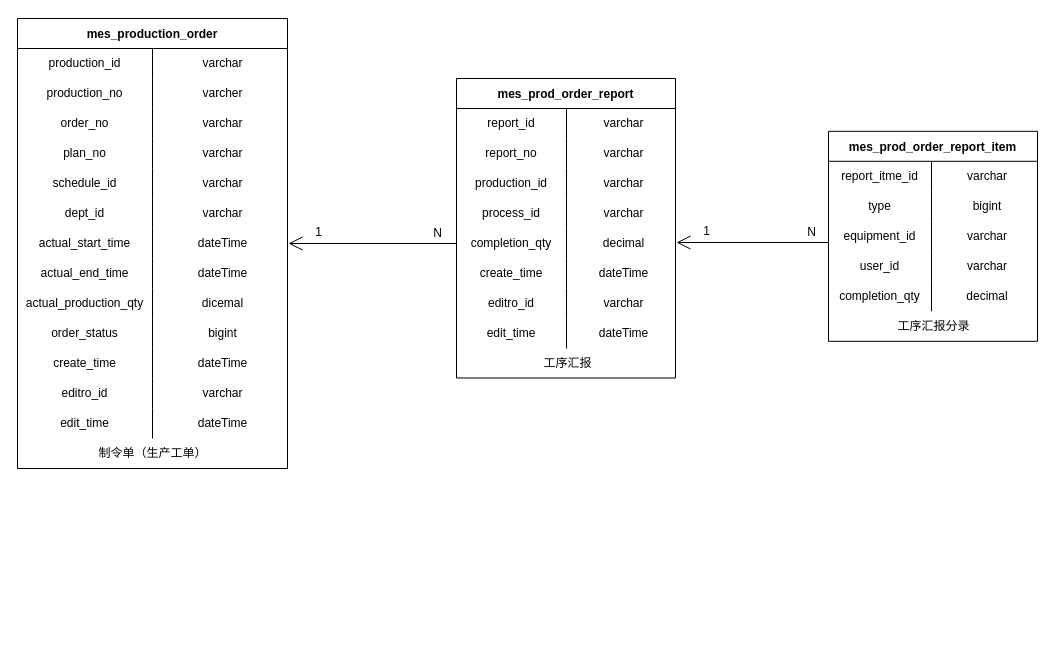
Earlier version of the draw.io diagram page "制令单管理" (1 of 6) of 数据表.drawio (KNAI-I/test). Source tidied: cells renumbered, new cells numbered last; positions are measured from the earlier drawing's top-left corner, leaving out a move shared by most shapes. Both pictures are drawn from the tidied source at 100%, with x=0, y=0 at pixel (17, 18).
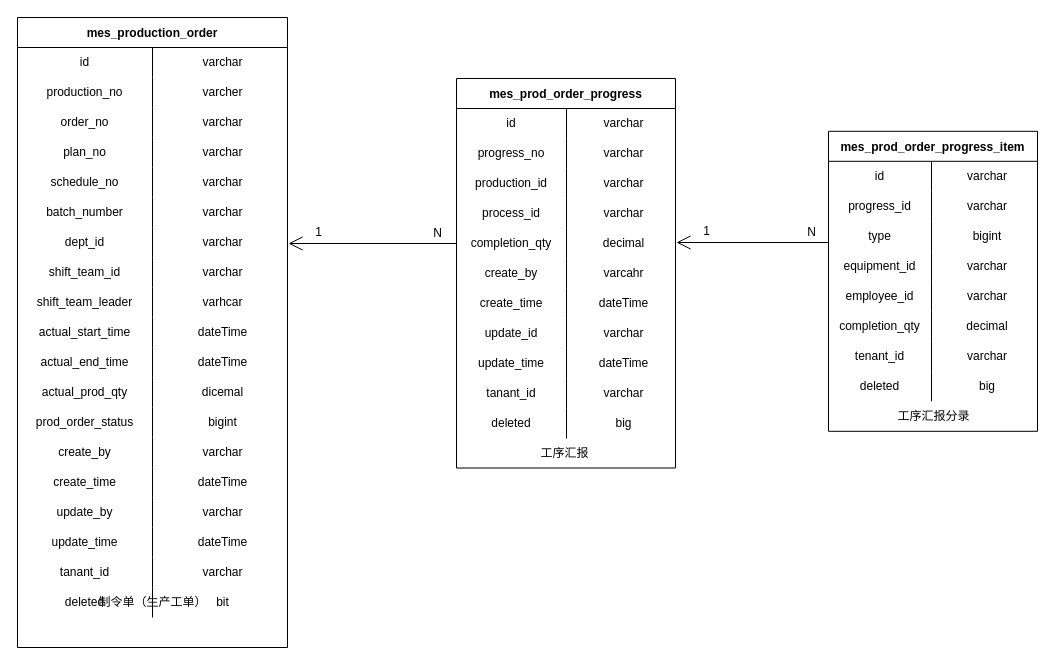
Above is the later version.

The change refers to these unchanged cells:
```xml
<mxCell id="3" style="shape=tableRow;horizontal=0;startSize=0;swimlaneHead=0;swimlaneBody=0;top=0;left=0;bottom=0;right=0;fillColor=none;" parent="2" vertex="1">
  <mxGeometry y="30" width="270" height="30" as="geometry" />
</mxCell>
<mxCell id="15" style="shape=tableRow;horizontal=0;startSize=0;swimlaneHead=0;swimlaneBody=0;top=0;left=0;bottom=0;right=0;fillColor=none;" parent="2" vertex="1">
  <mxGeometry y="150" width="270" height="30" as="geometry" />
</mxCell>
<mxCell id="43" style="shape=tableRow;horizontal=0;startSize=0;swimlaneHead=0;swimlaneBody=0;top=0;left=0;bottom=0;right=0;fillColor=none;" parent="42" vertex="1">
  <mxGeometry y="30" width="219" height="30" as="geometry" />
</mxCell>
<mxCell id="46" style="shape=tableRow;horizontal=0;startSize=0;swimlaneHead=0;swimlaneBody=0;top=0;left=0;bottom=0;right=0;fillColor=none;" parent="42" vertex="1">
  <mxGeometry y="60" width="219" height="30" as="geometry" />
</mxCell>
<mxCell id="70" style="shape=tableRow;horizontal=0;startSize=0;swimlaneHead=0;swimlaneBody=0;top=0;left=0;bottom=0;right=0;fillColor=none;" parent="69" vertex="1">
  <mxGeometry y="30" width="209" height="30" as="geometry" />
</mxCell>
```

Change to the diagram source:
```diff
@@
     <mxCell id="2" value="mes_production_order" style="shape=table;startSize=30;childLayout=tableLayout;rowLines=0;fontStyle=1;" parent="1" vertex="1">
-      <mxGeometry width="270" height="450" as="geometry" />
+      <mxGeometry y="-1" width="270" height="630" as="geometry" />
     </mxCell>
@@
-    <mxCell id="4" value="production_id" style="shape=partialRectangle;html=1;whiteSpace=wrap;fillColor=none;top=0;left=0;bottom=0;right=0;overflow=hidden;" parent="3" vertex="1">
+    <mxCell id="4" value="id" style="shape=partialRectangle;html=1;whiteSpace=wrap;fillColor=none;top=0;left=0;bottom=0;right=0;overflow=hidden;" parent="3" vertex="1">
       <mxGeometry width="135" height="30" as="geometry" />
     </mxCell>
@@
-    <mxCell id="16" value="schedule_id" style="shape=partialRectangle;html=1;whiteSpace=wrap;fillColor=none;top=0;left=0;bottom=0;right=0;overflow=hidden;" parent="15" vertex="1">
+    <mxCell id="16" value="schedule_no" style="shape=partialRectangle;html=1;whiteSpace=wrap;fillColor=none;top=0;left=0;bottom=0;right=0;overflow=hidden;" parent="15" vertex="1">
       <mxGeometry width="135" height="30" as="geometry" />
     </mxCell>
@@
+    <mxCell id="92" style="shape=tableRow;horizontal=0;startSize=0;swimlaneHead=0;swimlaneBody=0;top=0;left=0;bottom=0;right=0;fillColor=none;" parent="2" vertex="1">
+      <mxGeometry y="180" width="270" height="30" as="geometry" />
+    </mxCell>
+    <mxCell id="93" value="batch_number" style="shape=partialRectangle;html=1;whiteSpace=wrap;fillColor=none;top=0;left=0;bottom=0;right=0;overflow=hidden;" parent="92" vertex="1">
+      <mxGeometry width="135" height="30" as="geometry" />
+    </mxCell>
+    <mxCell id="94" value="varchar" style="shape=partialRectangle;html=1;whiteSpace=wrap;fillColor=none;top=0;left=0;bottom=0;right=0;align=center;spacingLeft=6;overflow=hidden;" parent="92" vertex="1">
+      <mxGeometry x="135" width="135" height="30" as="geometry" />
+    </mxCell>
     <mxCell id="18" style="shape=tableRow;horizontal=0;startSize=0;swimlaneHead=0;swimlaneBody=0;top=0;left=0;bottom=0;right=0;fillColor=none;" parent="2" vertex="1">
-      <mxGeometry y="180" width="270" height="30" as="geometry" />
+      <mxGeometry y="210" width="270" height="30" as="geometry" />
     </mxCell>
@@
+    <mxCell id="95" style="shape=tableRow;horizontal=0;startSize=0;swimlaneHead=0;swimlaneBody=0;top=0;left=0;bottom=0;right=0;fillColor=none;" parent="2" vertex="1">
+      <mxGeometry y="240" width="270" height="30" as="geometry" />
+    </mxCell>
+    <mxCell id="96" value="shift_team_id" style="shape=partialRectangle;html=1;whiteSpace=wrap;fillColor=none;top=0;left=0;bottom=0;right=0;overflow=hidden;" parent="95" vertex="1">
+      <mxGeometry width="135" height="30" as="geometry" />
+    </mxCell>
+    <mxCell id="97" value="varchar" style="shape=partialRectangle;html=1;whiteSpace=wrap;fillColor=none;top=0;left=0;bottom=0;right=0;align=center;spacingLeft=6;overflow=hidden;" parent="95" vertex="1">
+      <mxGeometry x="135" width="135" height="30" as="geometry" />
+    </mxCell>
+    <mxCell id="98" style="shape=tableRow;horizontal=0;startSize=0;swimlaneHead=0;swimlaneBody=0;top=0;left=0;bottom=0;right=0;fillColor=none;" parent="2" vertex="1">
+      <mxGeometry y="270" width="270" height="30" as="geometry" />
+    </mxCell>
+    <mxCell id="99" value="shift_team_leader" style="shape=partialRectangle;html=1;whiteSpace=wrap;fillColor=none;top=0;left=0;bottom=0;right=0;overflow=hidden;" parent="98" vertex="1">
+      <mxGeometry width="135" height="30" as="geometry" />
+    </mxCell>
+    <mxCell id="100" value="varhcar" style="shape=partialRectangle;html=1;whiteSpace=wrap;fillColor=none;top=0;left=0;bottom=0;right=0;align=center;spacingLeft=6;overflow=hidden;" parent="98" vertex="1">
+      <mxGeometry x="135" width="135" height="30" as="geometry" />
+    </mxCell>
     <mxCell id="21" style="shape=tableRow;horizontal=0;startSize=0;swimlaneHead=0;swimlaneBody=0;top=0;left=0;bottom=0;right=0;fillColor=none;" parent="2" vertex="1">
-      <mxGeometry y="210" width="270" height="30" as="geometry" />
+      <mxGeometry y="300" width="270" height="30" as="geometry" />
     </mxCell>
@@
     <mxCell id="24" style="shape=tableRow;horizontal=0;startSize=0;swimlaneHead=0;swimlaneBody=0;top=0;left=0;bottom=0;right=0;fillColor=none;" parent="2" vertex="1">
-      <mxGeometry y="240" width="270" height="30" as="geometry" />
+      <mxGeometry y="330" width="270" height="30" as="geometry" />
     </mxCell>
@@
     <mxCell id="27" style="shape=tableRow;horizontal=0;startSize=0;swimlaneHead=0;swimlaneBody=0;top=0;left=0;bottom=0;right=0;fillColor=none;" parent="2" vertex="1">
-      <mxGeometry y="270" width="270" height="30" as="geometry" />
+      <mxGeometry y="360" width="270" height="30" as="geometry" />
     </mxCell>
-    <mxCell id="28" value="actual_production_qty" style="shape=partialRectangle;html=1;whiteSpace=wrap;fillColor=none;top=0;left=0;bottom=0;right=0;overflow=hidden;" parent="27" vertex="1">
+    <mxCell id="28" value="actual_prod_qty" style="shape=partialRectangle;html=1;whiteSpace=wrap;fillColor=none;top=0;left=0;bottom=0;right=0;overflow=hidden;" parent="27" vertex="1">
       <mxGeometry width="135" height="30" as="geometry" />
     </mxCell>
@@
     <mxCell id="30" style="shape=tableRow;horizontal=0;startSize=0;swimlaneHead=0;swimlaneBody=0;top=0;left=0;bottom=0;right=0;fillColor=none;" parent="2" vertex="1">
-      <mxGeometry y="300" width="270" height="30" as="geometry" />
+      <mxGeometry y="390" width="270" height="30" as="geometry" />
     </mxCell>
-    <mxCell id="31" value="order_status" style="shape=partialRectangle;html=1;whiteSpace=wrap;fillColor=none;top=0;left=0;bottom=0;right=0;overflow=hidden;" parent="30" vertex="1">
+    <mxCell id="31" value="prod_order_status" style="shape=partialRectangle;html=1;whiteSpace=wrap;fillColor=none;top=0;left=0;bottom=0;right=0;overflow=hidden;" parent="30" vertex="1">
       <mxGeometry width="135" height="30" as="geometry" />
     </mxCell>
@@
+    <mxCell id="101" style="shape=tableRow;horizontal=0;startSize=0;swimlaneHead=0;swimlaneBody=0;top=0;left=0;bottom=0;right=0;fillColor=none;" parent="2" vertex="1">
+      <mxGeometry y="420" width="270" height="30" as="geometry" />
+    </mxCell>
+    <mxCell id="102" value="create_by" style="shape=partialRectangle;html=1;whiteSpace=wrap;fillColor=none;top=0;left=0;bottom=0;right=0;overflow=hidden;" parent="101" vertex="1">
+      <mxGeometry width="135" height="30" as="geometry" />
+    </mxCell>
+    <mxCell id="103" value="varchar" style="shape=partialRectangle;html=1;whiteSpace=wrap;fillColor=none;top=0;left=0;bottom=0;right=0;align=center;spacingLeft=6;overflow=hidden;" parent="101" vertex="1">
+      <mxGeometry x="135" width="135" height="30" as="geometry" />
+    </mxCell>
     <mxCell id="33" style="shape=tableRow;horizontal=0;startSize=0;swimlaneHead=0;swimlaneBody=0;top=0;left=0;bottom=0;right=0;fillColor=none;" parent="2" vertex="1">
-      <mxGeometry y="330" width="270" height="30" as="geometry" />
+      <mxGeometry y="450" width="270" height="30" as="geometry" />
     </mxCell>
@@
     <mxCell id="36" style="shape=tableRow;horizontal=0;startSize=0;swimlaneHead=0;swimlaneBody=0;top=0;left=0;bottom=0;right=0;fillColor=none;" parent="2" vertex="1">
-      <mxGeometry y="360" width="270" height="30" as="geometry" />
+      <mxGeometry y="480" width="270" height="30" as="geometry" />
     </mxCell>
-    <mxCell id="37" value="editro_id" style="shape=partialRectangle;html=1;whiteSpace=wrap;fillColor=none;top=0;left=0;bottom=0;right=0;overflow=hidden;" parent="36" vertex="1">
+    <mxCell id="37" value="update_by" style="shape=partialRectangle;html=1;whiteSpace=wrap;fillColor=none;top=0;left=0;bottom=0;right=0;overflow=hidden;" parent="36" vertex="1">
       <mxGeometry width="135" height="30" as="geometry" />
     </mxCell>
@@
     <mxCell id="39" style="shape=tableRow;horizontal=0;startSize=0;swimlaneHead=0;swimlaneBody=0;top=0;left=0;bottom=0;right=0;fillColor=none;" parent="2" vertex="1">
-      <mxGeometry y="390" width="270" height="30" as="geometry" />
+      <mxGeometry y="510" width="270" height="30" as="geometry" />
     </mxCell>
-    <mxCell id="40" value="edit_time" style="shape=partialRectangle;html=1;whiteSpace=wrap;fillColor=none;top=0;left=0;bottom=0;right=0;overflow=hidden;" parent="39" vertex="1">
+    <mxCell id="40" value="update_time" style="shape=partialRectangle;html=1;whiteSpace=wrap;fillColor=none;top=0;left=0;bottom=0;right=0;overflow=hidden;" parent="39" vertex="1">
       <mxGeometry width="135" height="30" as="geometry" />
     </mxCell>
@@
+    <mxCell id="104" style="shape=tableRow;horizontal=0;startSize=0;swimlaneHead=0;swimlaneBody=0;top=0;left=0;bottom=0;right=0;fillColor=none;" parent="2" vertex="1">
+      <mxGeometry y="540" width="270" height="30" as="geometry" />
+    </mxCell>
+    <mxCell id="105" value="tanant_id" style="shape=partialRectangle;html=1;whiteSpace=wrap;fillColor=none;top=0;left=0;bottom=0;right=0;overflow=hidden;" parent="104" vertex="1">
+      <mxGeometry width="135" height="30" as="geometry" />
+    </mxCell>
+    <mxCell id="106" value="varchar" style="shape=partialRectangle;html=1;whiteSpace=wrap;fillColor=none;top=0;left=0;bottom=0;right=0;align=center;spacingLeft=6;overflow=hidden;" parent="104" vertex="1">
+      <mxGeometry x="135" width="135" height="30" as="geometry" />
+    </mxCell>
+    <mxCell id="107" style="shape=tableRow;horizontal=0;startSize=0;swimlaneHead=0;swimlaneBody=0;top=0;left=0;bottom=0;right=0;fillColor=none;" parent="2" vertex="1">
+      <mxGeometry y="570" width="270" height="30" as="geometry" />
+    </mxCell>
+    <mxCell id="108" value="deleted" style="shape=partialRectangle;html=1;whiteSpace=wrap;fillColor=none;top=0;left=0;bottom=0;right=0;overflow=hidden;" parent="107" vertex="1">
+      <mxGeometry width="135" height="30" as="geometry" />
+    </mxCell>
+    <mxCell id="109" value="bit" style="shape=partialRectangle;html=1;whiteSpace=wrap;fillColor=none;top=0;left=0;bottom=0;right=0;align=center;spacingLeft=6;overflow=hidden;" parent="107" vertex="1">
+      <mxGeometry x="135" width="135" height="30" as="geometry" />
+    </mxCell>
-    <mxCell id="42" value="mes_prod_order_report" style="shape=table;startSize=30;childLayout=tableLayout;rowLines=0;fontStyle=1;" parent="1" vertex="1">
-      <mxGeometry x="439" y="60" width="219" height="299.5" as="geometry" />
+    <mxCell id="42" value="mes_prod_order_progress" style="shape=table;startSize=30;childLayout=tableLayout;rowLines=0;fontStyle=1;" parent="1" vertex="1">
+      <mxGeometry x="439" y="60" width="219" height="389.5" as="geometry" />
     </mxCell>
@@
-    <mxCell id="44" value="report_id" style="shape=partialRectangle;html=1;whiteSpace=wrap;fillColor=none;top=0;left=0;bottom=0;right=0;overflow=hidden;" parent="43" vertex="1">
+    <mxCell id="44" value="id" style="shape=partialRectangle;html=1;whiteSpace=wrap;fillColor=none;top=0;left=0;bottom=0;right=0;overflow=hidden;" parent="43" vertex="1">
       <mxGeometry width="110" height="30" as="geometry" />
     </mxCell>
@@
-    <mxCell id="47" value="report_no" style="shape=partialRectangle;html=1;whiteSpace=wrap;fillColor=none;top=0;left=0;bottom=0;right=0;overflow=hidden;" parent="46" vertex="1">
+    <mxCell id="47" value="progress_no" style="shape=partialRectangle;html=1;whiteSpace=wrap;fillColor=none;top=0;left=0;bottom=0;right=0;overflow=hidden;" parent="46" vertex="1">
       <mxGeometry width="110" height="30" as="geometry" />
     </mxCell>
@@
+    <mxCell id="110" style="shape=tableRow;horizontal=0;startSize=0;swimlaneHead=0;swimlaneBody=0;top=0;left=0;bottom=0;right=0;fillColor=none;" parent="42" vertex="1">
+      <mxGeometry y="180" width="219" height="30" as="geometry" />
+    </mxCell>
+    <mxCell id="111" value="create_by" style="shape=partialRectangle;html=1;whiteSpace=wrap;fillColor=none;top=0;left=0;bottom=0;right=0;overflow=hidden;" parent="110" vertex="1">
+      <mxGeometry width="110" height="30" as="geometry" />
+    </mxCell>
+    <mxCell id="112" value="varcahr" style="shape=partialRectangle;html=1;whiteSpace=wrap;fillColor=none;top=0;left=0;bottom=0;right=0;align=center;spacingLeft=6;overflow=hidden;" parent="110" vertex="1">
+      <mxGeometry x="110" width="109" height="30" as="geometry" />
+    </mxCell>
     <mxCell id="58" style="shape=tableRow;horizontal=0;startSize=0;swimlaneHead=0;swimlaneBody=0;top=0;left=0;bottom=0;right=0;fillColor=none;" parent="42" vertex="1">
-      <mxGeometry y="180" width="219" height="30" as="geometry" />
+      <mxGeometry y="210" width="219" height="30" as="geometry" />
     </mxCell>
@@
     <mxCell id="61" style="shape=tableRow;horizontal=0;startSize=0;swimlaneHead=0;swimlaneBody=0;top=0;left=0;bottom=0;right=0;fillColor=none;" parent="42" vertex="1">
-      <mxGeometry y="210" width="219" height="30" as="geometry" />
+      <mxGeometry y="240" width="219" height="30" as="geometry" />
     </mxCell>
-    <mxCell id="62" value="editro_id" style="shape=partialRectangle;html=1;whiteSpace=wrap;fillColor=none;top=0;left=0;bottom=0;right=0;overflow=hidden;" parent="61" vertex="1">
+    <mxCell id="62" value="update_id" style="shape=partialRectangle;html=1;whiteSpace=wrap;fillColor=none;top=0;left=0;bottom=0;right=0;overflow=hidden;" parent="61" vertex="1">
       <mxGeometry width="110" height="30" as="geometry" />
     </mxCell>
@@
     <mxCell id="64" style="shape=tableRow;horizontal=0;startSize=0;swimlaneHead=0;swimlaneBody=0;top=0;left=0;bottom=0;right=0;fillColor=none;" parent="42" vertex="1">
-      <mxGeometry y="240" width="219" height="30" as="geometry" />
+      <mxGeometry y="270" width="219" height="30" as="geometry" />
     </mxCell>
-    <mxCell id="65" value="edit_time" style="shape=partialRectangle;html=1;whiteSpace=wrap;fillColor=none;top=0;left=0;bottom=0;right=0;overflow=hidden;" parent="64" vertex="1">
+    <mxCell id="65" value="update_time" style="shape=partialRectangle;html=1;whiteSpace=wrap;fillColor=none;top=0;left=0;bottom=0;right=0;overflow=hidden;" parent="64" vertex="1">
       <mxGeometry width="110" height="30" as="geometry" />
     </mxCell>
@@
+    <mxCell id="113" style="shape=tableRow;horizontal=0;startSize=0;swimlaneHead=0;swimlaneBody=0;top=0;left=0;bottom=0;right=0;fillColor=none;" parent="42" vertex="1">
+      <mxGeometry y="300" width="219" height="30" as="geometry" />
+    </mxCell>
+    <mxCell id="114" value="tanant_id" style="shape=partialRectangle;html=1;whiteSpace=wrap;fillColor=none;top=0;left=0;bottom=0;right=0;overflow=hidden;" parent="113" vertex="1">
+      <mxGeometry width="110" height="30" as="geometry" />
+    </mxCell>
+    <mxCell id="115" value="varchar" style="shape=partialRectangle;html=1;whiteSpace=wrap;fillColor=none;top=0;left=0;bottom=0;right=0;align=center;spacingLeft=6;overflow=hidden;" parent="113" vertex="1">
+      <mxGeometry x="110" width="109" height="30" as="geometry" />
+    </mxCell>
+    <mxCell id="116" style="shape=tableRow;horizontal=0;startSize=0;swimlaneHead=0;swimlaneBody=0;top=0;left=0;bottom=0;right=0;fillColor=none;" parent="42" vertex="1">
+      <mxGeometry y="330" width="219" height="30" as="geometry" />
+    </mxCell>
+    <mxCell id="117" value="deleted" style="shape=partialRectangle;html=1;whiteSpace=wrap;fillColor=none;top=0;left=0;bottom=0;right=0;overflow=hidden;" parent="116" vertex="1">
+      <mxGeometry width="110" height="30" as="geometry" />
+    </mxCell>
+    <mxCell id="118" value="big" style="shape=partialRectangle;html=1;whiteSpace=wrap;fillColor=none;top=0;left=0;bottom=0;right=0;align=center;spacingLeft=6;overflow=hidden;" parent="116" vertex="1">
+      <mxGeometry x="110" width="109" height="30" as="geometry" />
+    </mxCell>
     <mxCell id="67" value="制令单（生产工单）" style="text;html=1;align=center;verticalAlign=middle;strokeColor=none;fillColor=none;" parent="1" vertex="1">
-      <mxGeometry x="70" y="420" width="130" height="30" as="geometry" />
+      <mxGeometry x="70" y="569" width="130" height="30" as="geometry" />
     </mxCell>
     <mxCell id="68" value="工序汇报" style="text;html=1;align=center;verticalAlign=middle;strokeColor=none;fillColor=none;" parent="1" vertex="1">
-      <mxGeometry x="514.5" y="329.5" width="70" height="30" as="geometry" />
+      <mxGeometry x="511.5" y="419.5" width="70" height="30" as="geometry" />
     </mxCell>
-    <mxCell id="69" value="mes_prod_order_report_item" style="shape=table;startSize=30;childLayout=tableLayout;rowLines=0;fontStyle=1;" parent="1" vertex="1">
-      <mxGeometry x="811" y="112.8" width="209" height="210" as="geometry" />
+    <mxCell id="69" value="mes_prod_order_progress_item" style="shape=table;startSize=30;childLayout=tableLayout;rowLines=0;fontStyle=1;" parent="1" vertex="1">
+      <mxGeometry x="811" y="112.8" width="209" height="300" as="geometry" />
     </mxCell>
@@
-    <mxCell id="71" value="report_itme_id" style="shape=partialRectangle;html=1;whiteSpace=wrap;fillColor=none;top=0;left=0;bottom=0;right=0;overflow=hidden;" parent="70" vertex="1">
+    <mxCell id="71" value="id" style="shape=partialRectangle;html=1;whiteSpace=wrap;fillColor=none;top=0;left=0;bottom=0;right=0;overflow=hidden;" parent="70" vertex="1">
       <mxGeometry width="103" height="30" as="geometry" />
     </mxCell>
@@
+    <mxCell id="119" style="shape=tableRow;horizontal=0;startSize=0;swimlaneHead=0;swimlaneBody=0;top=0;left=0;bottom=0;right=0;fillColor=none;" parent="69" vertex="1">
+      <mxGeometry y="60" width="209" height="30" as="geometry" />
+    </mxCell>
+    <mxCell id="120" value="progress_id" style="shape=partialRectangle;html=1;whiteSpace=wrap;fillColor=none;top=0;left=0;bottom=0;right=0;overflow=hidden;" parent="119" vertex="1">
+      <mxGeometry width="103" height="30" as="geometry" />
+    </mxCell>
+    <mxCell id="121" value="varchar" style="shape=partialRectangle;html=1;whiteSpace=wrap;fillColor=none;top=0;left=0;bottom=0;right=0;align=center;spacingLeft=6;overflow=hidden;" parent="119" vertex="1">
+      <mxGeometry x="103" width="106" height="30" as="geometry" />
+    </mxCell>
     <mxCell id="73" style="shape=tableRow;horizontal=0;startSize=0;swimlaneHead=0;swimlaneBody=0;top=0;left=0;bottom=0;right=0;fillColor=none;" parent="69" vertex="1">
-      <mxGeometry y="60" width="209" height="30" as="geometry" />
+      <mxGeometry y="90" width="209" height="30" as="geometry" />
     </mxCell>
@@
     <mxCell id="76" style="shape=tableRow;horizontal=0;startSize=0;swimlaneHead=0;swimlaneBody=0;top=0;left=0;bottom=0;right=0;fillColor=none;" parent="69" vertex="1">
-      <mxGeometry y="90" width="209" height="30" as="geometry" />
+      <mxGeometry y="120" width="209" height="30" as="geometry" />
     </mxCell>
@@
     <mxCell id="79" style="shape=tableRow;horizontal=0;startSize=0;swimlaneHead=0;swimlaneBody=0;top=0;left=0;bottom=0;right=0;fillColor=none;" parent="69" vertex="1">
-      <mxGeometry y="120" width="209" height="30" as="geometry" />
+      <mxGeometry y="150" width="209" height="30" as="geometry" />
     </mxCell>
-    <mxCell id="80" value="user_id" style="shape=partialRectangle;html=1;whiteSpace=wrap;fillColor=none;top=0;left=0;bottom=0;right=0;overflow=hidden;" parent="79" vertex="1">
+    <mxCell id="80" value="employee_id" style="shape=partialRectangle;html=1;whiteSpace=wrap;fillColor=none;top=0;left=0;bottom=0;right=0;overflow=hidden;" parent="79" vertex="1">
       <mxGeometry width="103" height="30" as="geometry" />
     </mxCell>
@@
     <mxCell id="82" style="shape=tableRow;horizontal=0;startSize=0;swimlaneHead=0;swimlaneBody=0;top=0;left=0;bottom=0;right=0;fillColor=none;" parent="69" vertex="1">
-      <mxGeometry y="150" width="209" height="30" as="geometry" />
+      <mxGeometry y="180" width="209" height="30" as="geometry" />
     </mxCell>
@@
+    <mxCell id="122" style="shape=tableRow;horizontal=0;startSize=0;swimlaneHead=0;swimlaneBody=0;top=0;left=0;bottom=0;right=0;fillColor=none;" parent="69" vertex="1">
+      <mxGeometry y="210" width="209" height="30" as="geometry" />
+    </mxCell>
+    <mxCell id="123" value="tenant_id" style="shape=partialRectangle;html=1;whiteSpace=wrap;fillColor=none;top=0;left=0;bottom=0;right=0;overflow=hidden;" parent="122" vertex="1">
+      <mxGeometry width="103" height="30" as="geometry" />
+    </mxCell>
+    <mxCell id="124" value="varchar" style="shape=partialRectangle;html=1;whiteSpace=wrap;fillColor=none;top=0;left=0;bottom=0;right=0;align=center;spacingLeft=6;overflow=hidden;" parent="122" vertex="1">
+      <mxGeometry x="103" width="106" height="30" as="geometry" />
+    </mxCell>
+    <mxCell id="125" style="shape=tableRow;horizontal=0;startSize=0;swimlaneHead=0;swimlaneBody=0;top=0;left=0;bottom=0;right=0;fillColor=none;" parent="69" vertex="1">
+      <mxGeometry y="240" width="209" height="30" as="geometry" />
+    </mxCell>
+    <mxCell id="126" value="deleted" style="shape=partialRectangle;html=1;whiteSpace=wrap;fillColor=none;top=0;left=0;bottom=0;right=0;overflow=hidden;" parent="125" vertex="1">
+      <mxGeometry width="103" height="30" as="geometry" />
+    </mxCell>
+    <mxCell id="127" value="big" style="shape=partialRectangle;html=1;whiteSpace=wrap;fillColor=none;top=0;left=0;bottom=0;right=0;align=center;spacingLeft=6;overflow=hidden;" parent="125" vertex="1">
+      <mxGeometry x="103" width="106" height="30" as="geometry" />
+    </mxCell>
     <mxCell id="85" value="工序汇报分录" style="text;html=1;align=center;verticalAlign=middle;strokeColor=none;fillColor=none;" parent="1" vertex="1">
-      <mxGeometry x="865.5" y="292.8" width="100" height="30" as="geometry" />
+      <mxGeometry x="865.5" y="382.8" width="100" height="30" as="geometry" />
     </mxCell>
```
